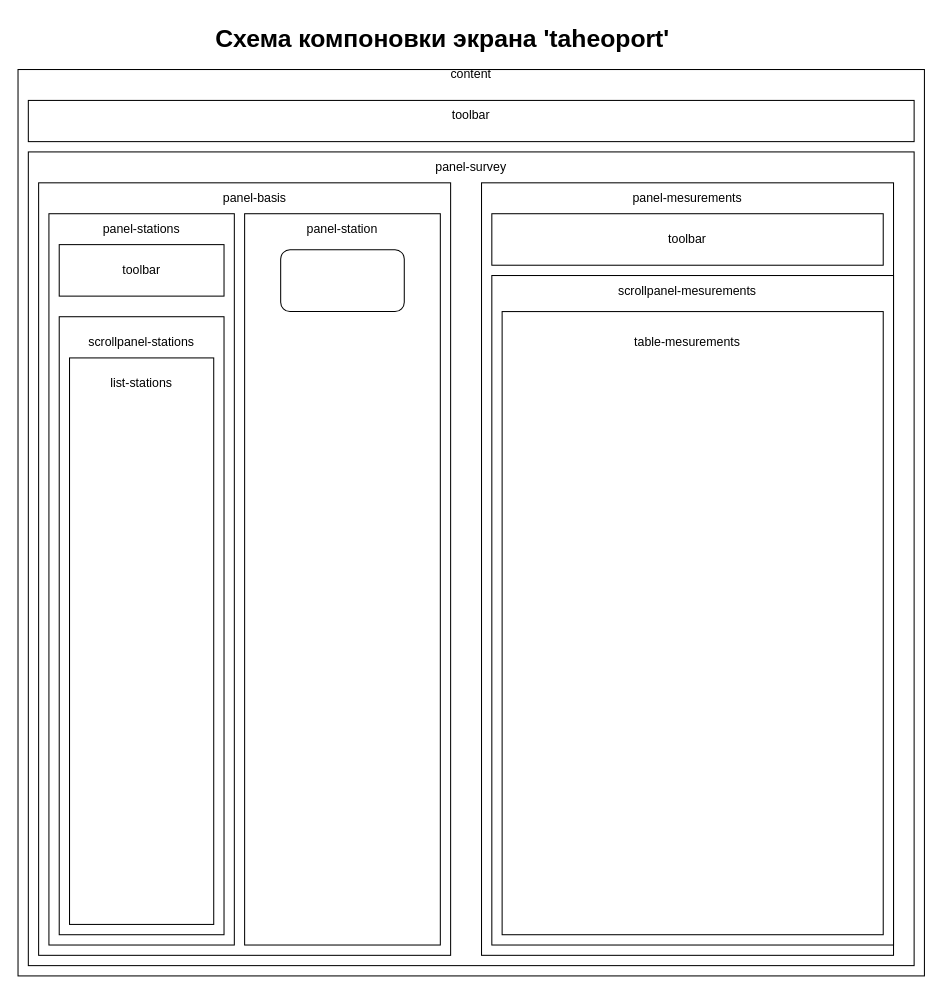
This is web-client/screens/survey/survey.drawio from AndrewNizovkin/geocalculator, a draw.io file, before an edit. Source tidied: cells renumbered, new cells numbered last; positions are measured from the earlier drawing's top-left corner, leaving out a move shared by most shapes. Both pictures are drawn from the tidied source at 103%, with x=0, y=0 at pixel (18, 18).
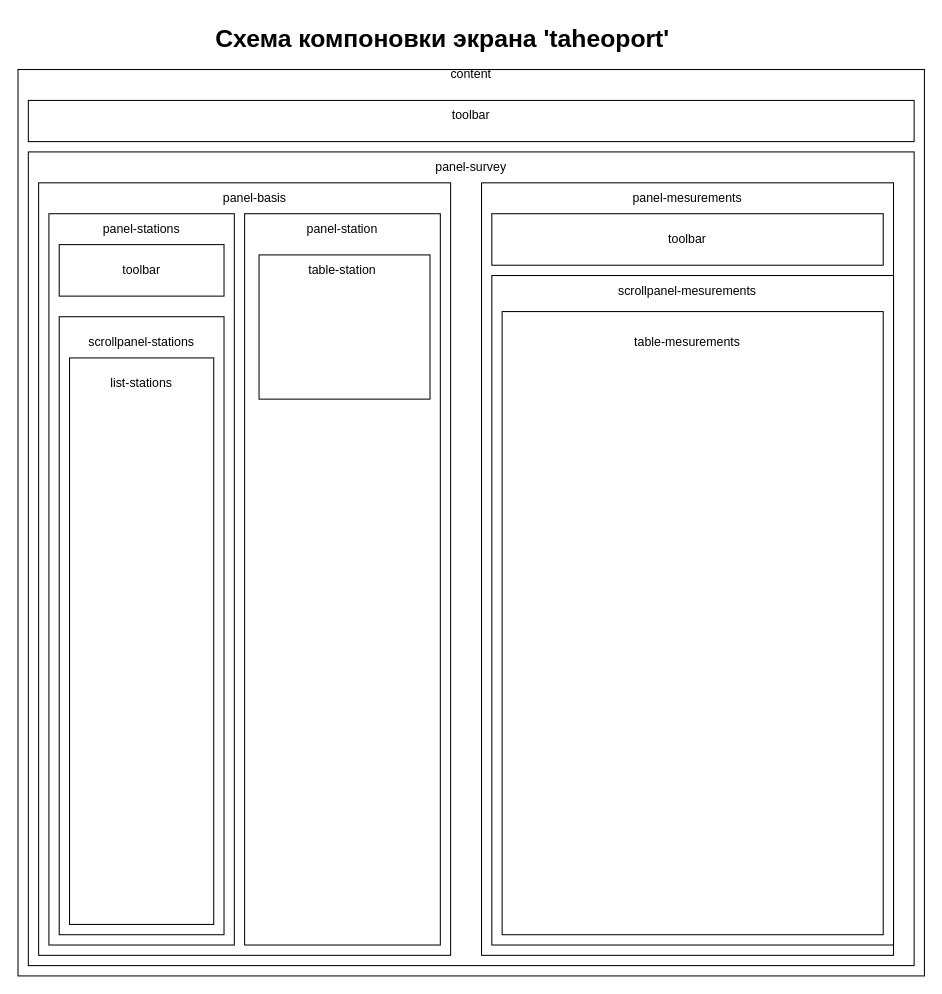
After the change.

Commit message (it also covers changes not shown here):
Add: change survey maket, has created SurveyStation, Measurement, SurveyRepository

Change to the diagram source:
```diff
@@
-    <mxCell id="29" style="rounded=1;whiteSpace=wrap;html=1;" parent="1" vertex="1">
-      <mxGeometry x="255" y="225" width="120" height="60" as="geometry" />
-    </mxCell>
+    <mxCell id="30" style="rounded=0;whiteSpace=wrap;html=1;" parent="1" vertex="1">
+      <mxGeometry x="234" y="230" width="166" height="140" as="geometry" />
+    </mxCell>
+    <mxCell id="31" value="table-station" style="text;html=1;whiteSpace=wrap;strokeColor=none;fillColor=none;align=center;verticalAlign=middle;rounded=0;" parent="1" vertex="1">
+      <mxGeometry x="270" y="230" width="90" height="30" as="geometry" />
+    </mxCell>
```
